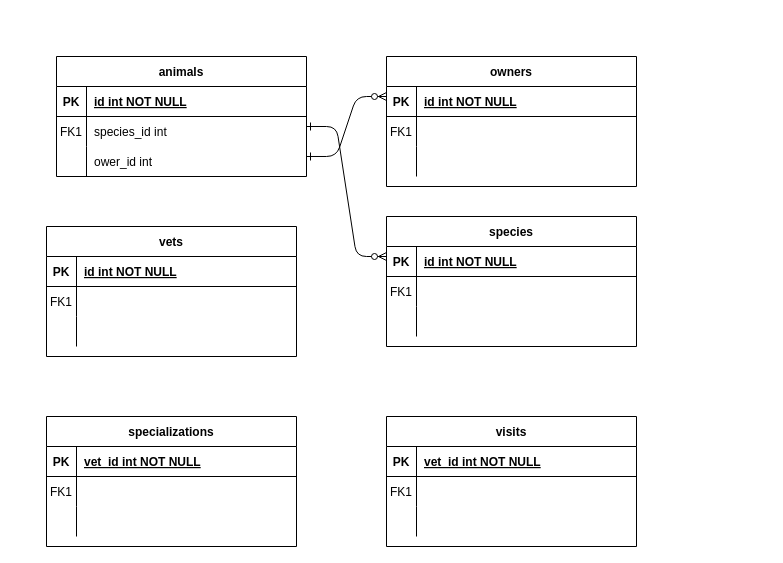
This is Untitled Diagram.drawio from mpa-mxiang/vet-clinic, a draw.io file, before an edit. Source tidied: cells renumbered, new cells numbered last; positions are measured from the earlier drawing's top-left corner, leaving out a move shared by most shapes. Both pictures are drawn from the tidied source at 100%, with x=0, y=0 at pixel (46, 56).
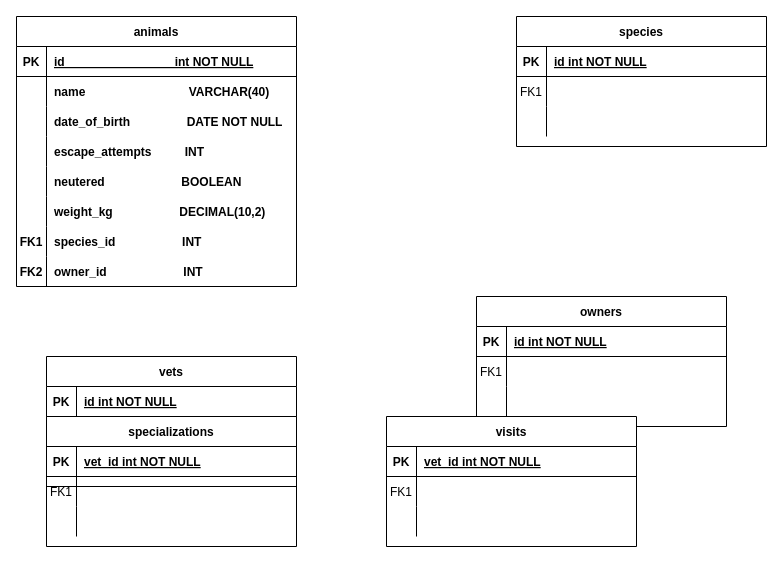
After the change.

Commit message:
animals table completed, next: species and owners

The edit, as a diff of the source:
```diff
@@
-    <mxCell id="2" style="edgeStyle=entityRelationEdgeStyle;endArrow=ERzeroToMany;startArrow=ERone;endFill=1;startFill=0;entryX=0;entryY=0.5;entryDx=0;entryDy=0;" parent="1" edge="1">
-      <mxGeometry relative="1" as="geometry">
-        <mxPoint x="260" y="70" as="sourcePoint" />
-        <mxPoint x="340" y="200" as="targetPoint" />
-        <Array as="points">
-          <mxPoint x="330" y="195" />
-          <mxPoint x="330" y="205" />
-          <mxPoint x="350" y="215" />
-        </Array>
-      </mxGeometry>
-    </mxCell>
     <mxCell id="3" value="owners" style="shape=table;startSize=30;childLayout=tableLayout;rowLines=0;fontStyle=1;align=center;" parent="1" vertex="1">
-      <mxGeometry x="340" width="250" height="130" as="geometry" />
+      <mxGeometry x="430" y="240" width="250" height="130" as="geometry" />
     </mxCell>
@@
     <mxCell id="13" value="species" style="shape=table;startSize=30;childLayout=tableLayout;rowLines=0;fontStyle=1;align=center;" parent="1" vertex="1">
-      <mxGeometry x="340" y="160" width="250" height="130" as="geometry" />
+      <mxGeometry x="470" y="-40" width="250" height="130" as="geometry" />
     </mxCell>
@@
     <mxCell id="23" value="animals" style="shape=table;startSize=30;childLayout=tableLayout;rowLines=0;fontStyle=1;align=center;" parent="1" vertex="1">
-      <mxGeometry x="10" width="250" height="120" as="geometry" />
+      <mxGeometry x="-30" y="-40" width="280" height="270" as="geometry" />
     </mxCell>
     <mxCell id="24" style="shape=partialRectangle;fillColor=none;top=0;left=0;right=0;bottom=1;" parent="23" vertex="1">
-      <mxGeometry y="30" width="250" height="30" as="geometry" />
+      <mxGeometry y="30" width="280" height="30" as="geometry" />
     </mxCell>
@@
-    <mxCell id="26" value="id int NOT NULL " style="shape=partialRectangle;overflow=hidden;fillColor=none;top=0;left=0;bottom=0;right=0;align=left;spacingLeft=6;fontStyle=5;" parent="24" vertex="1">
-      <mxGeometry x="30" width="220" height="30" as="geometry" />
+    <mxCell id="26" value="id                                 int NOT NULL " style="shape=partialRectangle;overflow=hidden;fillColor=none;top=0;left=0;bottom=0;right=0;align=left;spacingLeft=6;fontStyle=5;" parent="24" vertex="1">
+      <mxGeometry x="30" width="250" height="30" as="geometry" />
     </mxCell>
     <mxCell id="27" style="shape=partialRectangle;fillColor=none;top=0;left=0;right=0;bottom=0;" parent="23" vertex="1">
-      <mxGeometry y="60" width="250" height="30" as="geometry" />
+      <mxGeometry y="60" width="280" height="30" as="geometry" />
     </mxCell>
-    <mxCell id="28" value="FK1" style="shape=partialRectangle;overflow=hidden;fillColor=none;top=0;left=0;bottom=0;right=0;" parent="27" vertex="1">
+    <mxCell id="28" style="shape=partialRectangle;overflow=hidden;fillColor=none;top=0;left=0;bottom=0;right=0;" parent="27" vertex="1">
       <mxGeometry width="30" height="30" as="geometry" />
     </mxCell>
-    <mxCell id="29" value="species_id int" style="shape=partialRectangle;overflow=hidden;fillColor=none;top=0;left=0;bottom=0;right=0;align=left;spacingLeft=6;" parent="27" vertex="1">
-      <mxGeometry x="30" width="220" height="30" as="geometry" />
+    <mxCell id="29" value="name                               VARCHAR(40)" style="shape=partialRectangle;overflow=hidden;fillColor=none;top=0;left=0;bottom=0;right=0;align=left;spacingLeft=6;fontStyle=1;" parent="27" vertex="1">
+      <mxGeometry x="30" width="250" height="30" as="geometry" />
     </mxCell>
     <mxCell id="30" style="shape=partialRectangle;fillColor=none;points=[[0,0.5],[1,0.5]];portConstraint=eastwest;top=0;left=0;right=0;bottom=0;" parent="23" vertex="1">
-      <mxGeometry y="90" width="250" height="30" as="geometry" />
+      <mxGeometry y="90" width="280" height="30" as="geometry" />
     </mxCell>
@@
-    <mxCell id="32" value="ower_id int" style="shape=partialRectangle;overflow=hidden;fillColor=none;top=0;left=0;bottom=0;right=0;align=left;spacingLeft=6;" parent="30" vertex="1">
-      <mxGeometry x="30" width="220" height="30" as="geometry" />
+    <mxCell id="32" value="date_of_birth                 DATE NOT NULL" style="shape=partialRectangle;overflow=hidden;fillColor=none;top=0;left=0;bottom=0;right=0;align=left;spacingLeft=6;fontStyle=1;" parent="30" vertex="1">
+      <mxGeometry x="30" width="250" height="30" as="geometry" />
     </mxCell>
-    <mxCell id="33" style="edgeStyle=entityRelationEdgeStyle;endArrow=ERzeroToMany;startArrow=ERone;endFill=1;startFill=0;entryX=0.028;entryY=0;entryDx=0;entryDy=0;exitX=1;exitY=0.333;exitDx=0;exitDy=0;entryPerimeter=0;exitPerimeter=0;" parent="1" edge="1" source="30">
-      <mxGeometry relative="1" as="geometry">
-        <mxPoint x="340" y="40" as="targetPoint" />
-        <Array as="points">
-          <mxPoint x="263" y="100" />
-          <mxPoint x="333" y="220" />
-          <mxPoint x="333" y="230" />
-          <mxPoint x="333" y="60" />
-          <mxPoint x="333" y="100" />
-          <mxPoint x="333" y="110" />
-          <mxPoint x="353" y="240" />
-        </Array>
-      </mxGeometry>
-    </mxCell>
+    <mxCell id="64" style="shape=partialRectangle;fillColor=none;top=0;left=0;right=0;bottom=0;" parent="23" vertex="1">
+      <mxGeometry y="120" width="280" height="30" as="geometry" />
+    </mxCell>
+    <mxCell id="65" style="shape=partialRectangle;overflow=hidden;fillColor=none;top=0;left=0;bottom=0;right=0;" parent="64" vertex="1">
+      <mxGeometry width="30" height="30" as="geometry" />
+    </mxCell>
+    <mxCell id="66" value="escape_attempts          INT" style="shape=partialRectangle;overflow=hidden;fillColor=none;top=0;left=0;bottom=0;right=0;align=left;spacingLeft=6;fontStyle=1;" parent="64" vertex="1">
+      <mxGeometry x="30" width="250" height="30" as="geometry" />
+    </mxCell>
+    <mxCell id="67" style="shape=partialRectangle;fillColor=none;top=0;left=0;right=0;bottom=0;" parent="23" vertex="1">
+      <mxGeometry y="150" width="280" height="30" as="geometry" />
+    </mxCell>
+    <mxCell id="68" style="shape=partialRectangle;overflow=hidden;fillColor=none;top=0;left=0;bottom=0;right=0;" parent="67" vertex="1">
+      <mxGeometry width="30" height="30" as="geometry" />
+    </mxCell>
+    <mxCell id="69" value="neutered                       BOOLEAN" style="shape=partialRectangle;overflow=hidden;fillColor=none;top=0;left=0;bottom=0;right=0;align=left;spacingLeft=6;fontStyle=1;" parent="67" vertex="1">
+      <mxGeometry x="30" width="250" height="30" as="geometry" />
+    </mxCell>
+    <mxCell id="70" style="shape=partialRectangle;fillColor=none;top=0;left=0;right=0;bottom=0;" parent="23" vertex="1">
+      <mxGeometry y="180" width="280" height="30" as="geometry" />
+    </mxCell>
+    <mxCell id="71" style="shape=partialRectangle;overflow=hidden;fillColor=none;top=0;left=0;bottom=0;right=0;" parent="70" vertex="1">
+      <mxGeometry width="30" height="30" as="geometry" />
+    </mxCell>
+    <mxCell id="72" value="weight_kg                    DECIMAL(10,2)" style="shape=partialRectangle;overflow=hidden;fillColor=none;top=0;left=0;bottom=0;right=0;align=left;spacingLeft=6;fontStyle=1;" parent="70" vertex="1">
+      <mxGeometry x="30" width="250" height="30" as="geometry" />
+    </mxCell>
+    <mxCell id="73" style="shape=partialRectangle;fillColor=none;top=0;left=0;right=0;bottom=0;" parent="23" vertex="1">
+      <mxGeometry y="210" width="280" height="30" as="geometry" />
+    </mxCell>
+    <mxCell id="74" value="FK1" style="shape=partialRectangle;overflow=hidden;fillColor=none;top=0;left=0;bottom=0;right=0;fontStyle=1;" parent="73" vertex="1">
+      <mxGeometry width="30" height="30" as="geometry" />
+    </mxCell>
+    <mxCell id="75" value="species_id                    INT" style="shape=partialRectangle;overflow=hidden;fillColor=none;top=0;left=0;bottom=0;right=0;align=left;spacingLeft=6;fontStyle=1;" parent="73" vertex="1">
+      <mxGeometry x="30" width="250" height="30" as="geometry" />
+    </mxCell>
+    <mxCell id="76" style="shape=partialRectangle;fillColor=none;top=0;left=0;right=0;bottom=0;" parent="23" vertex="1">
+      <mxGeometry y="240" width="280" height="30" as="geometry" />
+    </mxCell>
+    <mxCell id="77" value="FK2" style="shape=partialRectangle;overflow=hidden;fillColor=none;top=0;left=0;bottom=0;right=0;fontStyle=1;" parent="76" vertex="1">
+      <mxGeometry width="30" height="30" as="geometry" />
+    </mxCell>
+    <mxCell id="78" value="owner_id                       INT" style="shape=partialRectangle;overflow=hidden;fillColor=none;top=0;left=0;bottom=0;right=0;align=left;spacingLeft=6;fontStyle=1;" parent="76" vertex="1">
+      <mxGeometry x="30" width="250" height="30" as="geometry" />
+    </mxCell>
     <mxCell id="34" value="vets" style="shape=table;startSize=30;childLayout=tableLayout;rowLines=0;fontStyle=1;align=center;" parent="1" vertex="1">
-      <mxGeometry y="170" width="250" height="130" as="geometry" />
+      <mxGeometry y="300" width="250" height="130" as="geometry" />
     </mxCell>
```
